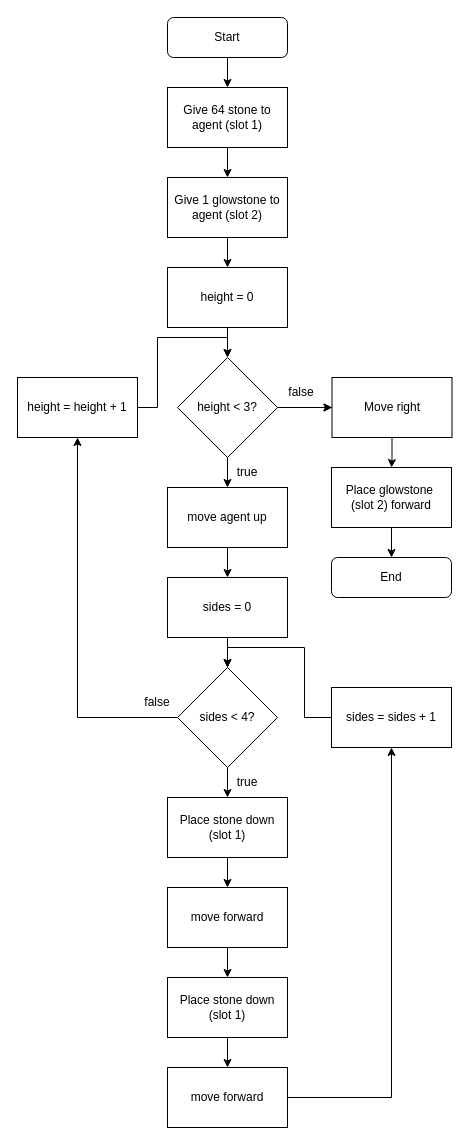
Before: tutorials/python-islands/island-7/tower_builder/flowchart.drawio in CausewayDigital/Minecraft-EE-MakeCode, a draw.io diagram. Source tidied: cells renumbered, new cells numbered last; positions are measured from the earlier drawing's top-left corner, leaving out a move shared by most shapes. Both pictures are drawn from the tidied source at 100%, with x=0, y=0 at pixel (17, 17).
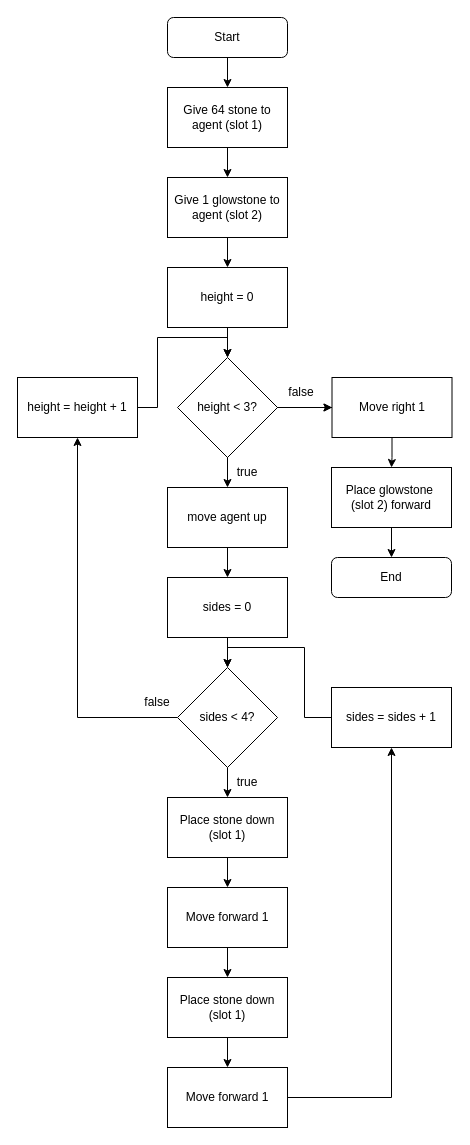
Above is the later version.

Diff of the diagram source:
```diff
@@
-    <mxCell id="21" value="move forward" style="rounded=0;whiteSpace=wrap;html=1;" parent="1" vertex="1">
+    <mxCell id="21" value="Move forward 1" style="rounded=0;whiteSpace=wrap;html=1;" parent="1" vertex="1">
       <mxGeometry x="150" y="870" width="120" height="60" as="geometry" />
     </mxCell>
@@
-    <mxCell id="25" value="move forward" style="rounded=0;whiteSpace=wrap;html=1;" parent="1" vertex="1">
+    <mxCell id="25" value="Move forward 1" style="rounded=0;whiteSpace=wrap;html=1;" parent="1" vertex="1">
       <mxGeometry x="150" y="1050" width="120" height="60" as="geometry" />
     </mxCell>
@@
-    <mxCell id="37" value="Move right" style="rounded=0;whiteSpace=wrap;html=1;" parent="1" vertex="1">
+    <mxCell id="37" value="Move right 1" style="rounded=0;whiteSpace=wrap;html=1;" parent="1" vertex="1">
       <mxGeometry x="314.5" y="360" width="120" height="60" as="geometry" />
     </mxCell>
```
